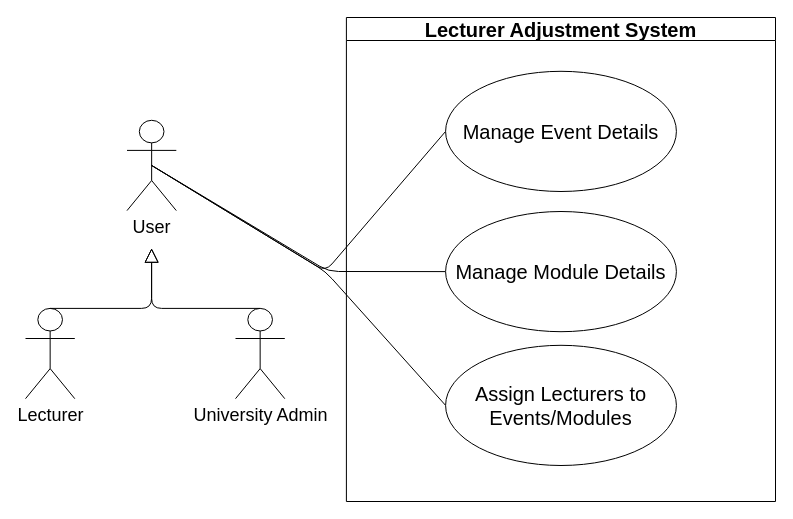
Before: page "Lecturer_Adjustment_System" (10 of 18) of docs/diagrams/requirements/Requirements.drawio in COS301-SE-2026/UMTAS, a draw.io diagram. Source tidied: cells renumbered, new cells numbered last; positions are measured from the earlier drawing's top-left corner, leaving out a move shared by most shapes. Both pictures are drawn from the tidied source at 100%, with x=0, y=0 at pixel (25, 17).
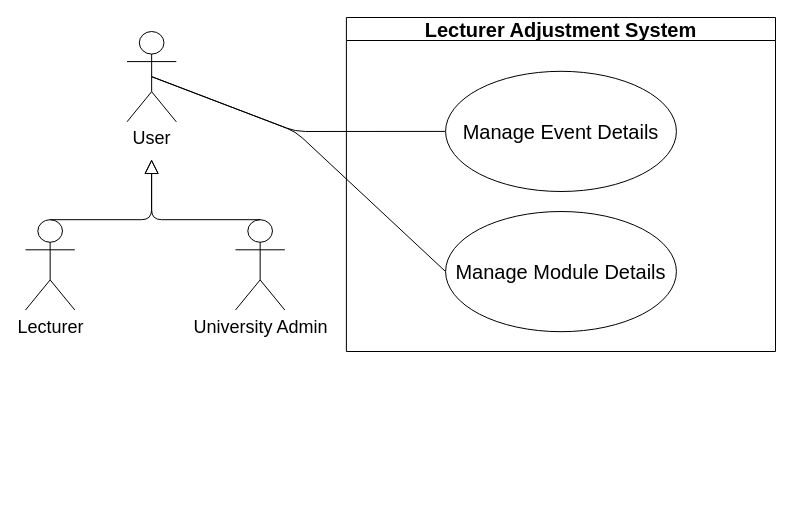
Above is the later version.

Change to the diagram source:
```diff
@@
-    <mxCell id="2" style="group;" parent="1" vertex="1">
-      <mxGeometry width="750" height="484" as="geometry" />
-    </mxCell>
-    <mxCell id="3" value="&lt;font style=&quot;font-size: 20px;&quot;&gt;Lecturer Adjustment System&lt;/font&gt;" style="swimlane;whiteSpace=wrap;html=1;" parent="2" vertex="1">
-      <mxGeometry x="320.9" width="429.1" height="484" as="geometry" />
+    <mxCell id="3" value="&lt;font style=&quot;font-size: 20px;&quot;&gt;Lecturer Adjustment System&lt;/font&gt;" style="swimlane;whiteSpace=wrap;html=1;" parent="1" vertex="1">
+      <mxGeometry x="320.9" width="429.1" height="334" as="geometry" />
     </mxCell>
-    <mxCell id="4" style="endArrow=none;html=1;exitX=0.5;exitY=0.5;exitDx=0;exitDy=0;exitPerimeter=0;entryX=0;entryY=0.5;entryDx=0;entryDy=0;" parent="2" edge="1" source="6" target="14">
+    <mxCell id="4" style="endArrow=none;html=1;exitX=0.5;exitY=0.5;exitDx=0;exitDy=0;exitPerimeter=0;entryX=0;entryY=0.5;entryDx=0;entryDy=0;" parent="1" edge="1" source="6" target="14">
       <mxGeometry relative="1" as="geometry">
         <Array as="points">
-          <mxPoint x="300" y="254" />
+          <mxPoint x="270" y="114" />
         </Array>
       </mxGeometry>
     </mxCell>
-    <mxCell id="5" style="endArrow=none;html=1;exitX=0.5;exitY=0.5;exitDx=0;exitDy=0;exitPerimeter=0;entryX=0;entryY=0.5;entryDx=0;entryDy=0;" parent="2" edge="1" source="6" target="13">
+    <mxCell id="5" style="endArrow=none;html=1;exitX=0.5;exitY=0.5;exitDx=0;exitDy=0;exitPerimeter=0;entryX=0;entryY=0.5;entryDx=0;entryDy=0;" parent="1" edge="1" source="6" target="13">
       <mxGeometry relative="1" as="geometry">
         <Array as="points">
-          <mxPoint x="303" y="254" />
+          <mxPoint x="270" y="114" />
         </Array>
       </mxGeometry>
     </mxCell>
-    <mxCell id="6" value="&lt;font style=&quot;font-size: 18px;&quot;&gt;User&lt;/font&gt;" style="shape=umlActor;verticalLabelPosition=bottom;verticalAlign=top;html=1;outlineConnect=0;" parent="2" vertex="1">
-      <mxGeometry x="101.5" y="102.8" width="49.3" height="90.3" as="geometry" />
+    <mxCell id="6" value="&lt;font style=&quot;font-size: 18px;&quot;&gt;User&lt;/font&gt;" style="shape=umlActor;verticalLabelPosition=bottom;verticalAlign=top;html=1;outlineConnect=0;" parent="1" vertex="1">
+      <mxGeometry x="101.5" y="14" width="49.3" height="90.3" as="geometry" />
     </mxCell>
-    <mxCell id="7" value="&lt;font style=&quot;font-size: 18px;&quot;&gt;Lecturer&lt;/font&gt;" style="shape=umlActor;verticalLabelPosition=bottom;verticalAlign=top;html=1;outlineConnect=0;" parent="2" vertex="1">
-      <mxGeometry y="290.9" width="49.3" height="90.3" as="geometry" />
+    <mxCell id="7" value="&lt;font style=&quot;font-size: 18px;&quot;&gt;Lecturer&lt;/font&gt;" style="shape=umlActor;verticalLabelPosition=bottom;verticalAlign=top;html=1;outlineConnect=0;" parent="1" vertex="1">
+      <mxGeometry y="202.2" width="49.3" height="90.3" as="geometry" />
     </mxCell>
-    <mxCell id="8" value="&lt;font style=&quot;font-size: 18px;&quot;&gt;University Admin&lt;/font&gt;" style="shape=umlActor;verticalLabelPosition=bottom;verticalAlign=top;html=1;outlineConnect=0;" parent="2" vertex="1">
-      <mxGeometry x="210" y="290.9" width="49.3" height="90.3" as="geometry" />
+    <mxCell id="8" value="&lt;font style=&quot;font-size: 18px;&quot;&gt;University Admin&lt;/font&gt;" style="shape=umlActor;verticalLabelPosition=bottom;verticalAlign=top;html=1;outlineConnect=0;" parent="1" vertex="1">
+      <mxGeometry x="210" y="202.2" width="49.3" height="90.3" as="geometry" />
     </mxCell>
-    <mxCell id="9" style="edgeStyle=none;html=1;endSize=12;endArrow=block;endFill=0;exitX=0.5;exitY=0;exitDx=0;exitDy=0;exitPerimeter=0;" parent="2" edge="1" source="7">
+    <mxCell id="9" style="edgeStyle=none;html=1;endSize=12;endArrow=block;endFill=0;exitX=0.5;exitY=0;exitDx=0;exitDy=0;exitPerimeter=0;" parent="1" edge="1" source="7">
       <mxGeometry relative="1" as="geometry">
-        <mxPoint x="126.1" y="230.7" as="targetPoint" />
+        <mxPoint x="126.1" y="141.9" as="targetPoint" />
         <Array as="points">
-          <mxPoint x="126.1" y="290.9" />
+          <mxPoint x="126.1" y="202.2" />
         </Array>
       </mxGeometry>
     </mxCell>
-    <mxCell id="10" style="edgeStyle=none;html=1;endSize=12;endArrow=block;endFill=0;exitX=0.5;exitY=0;exitDx=0;exitDy=0;exitPerimeter=0;" parent="2" edge="1" source="8">
+    <mxCell id="10" style="edgeStyle=none;html=1;endSize=12;endArrow=block;endFill=0;exitX=0.5;exitY=0;exitDx=0;exitDy=0;exitPerimeter=0;" parent="1" edge="1" source="8">
       <mxGeometry relative="1" as="geometry">
-        <mxPoint x="126.1" y="230.7" as="targetPoint" />
+        <mxPoint x="126.1" y="141.9" as="targetPoint" />
         <Array as="points">
-          <mxPoint x="126.1" y="290.9" />
+          <mxPoint x="126.1" y="202.2" />
         </Array>
       </mxGeometry>
     </mxCell>
-    <mxCell id="11" style="endArrow=none;html=1;entryX=0;entryY=0.5;entryDx=0;entryDy=0;exitX=0.5;exitY=0.5;exitDx=0;exitDy=0;exitPerimeter=0;" parent="2" edge="1" source="6" target="12">
-      <mxGeometry relative="1" as="geometry">
-        <Array as="points">
-          <mxPoint x="300" y="254" />
-        </Array>
-      </mxGeometry>
-    </mxCell>
-    <mxCell id="12" value="&lt;font style=&quot;font-size: 20px;&quot;&gt;Assign Lecturers to Events/Modules&lt;/font&gt;" style="ellipse;whiteSpace=wrap;html=1;" parent="2" vertex="1">
-      <mxGeometry x="420.1" y="327.8" width="230.8" height="120.2" as="geometry" />
-    </mxCell>
-    <mxCell id="13" value="&lt;font style=&quot;font-size: 20px;&quot;&gt;Manage Module Details&lt;/font&gt;" style="ellipse;whiteSpace=wrap;html=1;" parent="2" vertex="1">
+    <mxCell id="13" value="&lt;font style=&quot;font-size: 20px;&quot;&gt;Manage Module Details&lt;/font&gt;" style="ellipse;whiteSpace=wrap;html=1;" parent="1" vertex="1">
       <mxGeometry x="420.1" y="194" width="230.8" height="120.2" as="geometry" />
     </mxCell>
-    <mxCell id="14" value="&lt;font style=&quot;font-size: 20px;&quot;&gt;Manage Event Details&lt;/font&gt;" style="ellipse;whiteSpace=wrap;html=1;" parent="2" vertex="1">
+    <mxCell id="14" value="&lt;font style=&quot;font-size: 20px;&quot;&gt;Manage Event Details&lt;/font&gt;" style="ellipse;whiteSpace=wrap;html=1;" parent="1" vertex="1">
       <mxGeometry x="420.1" y="53.8" width="230.8" height="120.2" as="geometry" />
     </mxCell>
```
